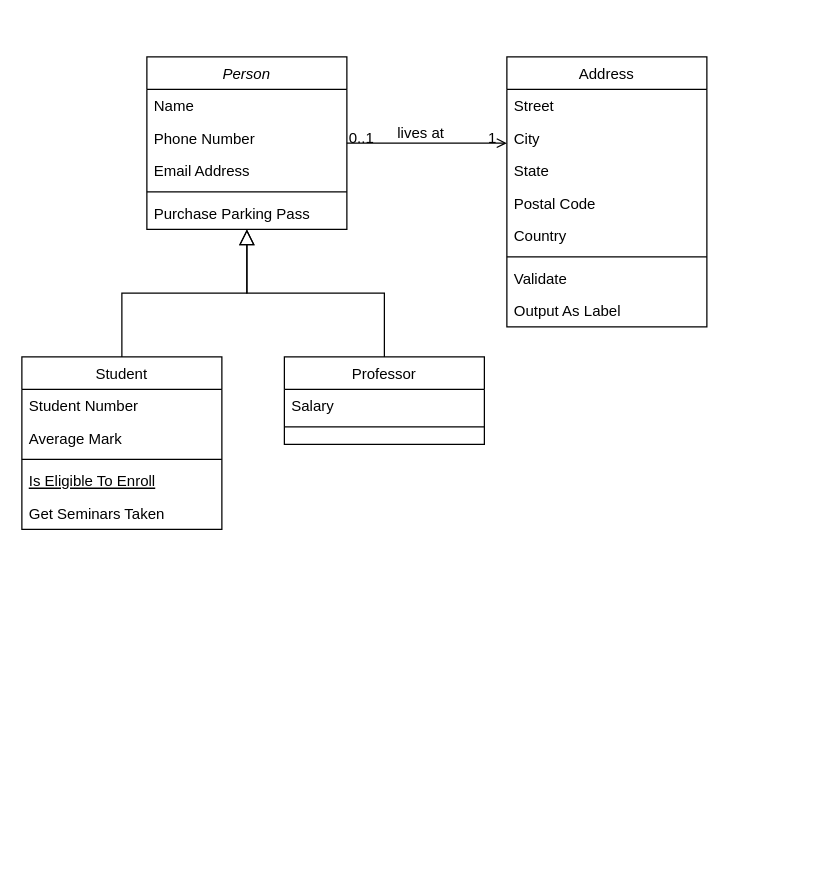
Before: Untitled Diagram.drawio in FSDapolito/Diagrams, a draw.io diagram. Source tidied: cells renumbered, new cells numbered last; positions are measured from the earlier drawing's top-left corner, leaving out a move shared by most shapes. Both pictures are drawn from the tidied source at 125%, with x=0, y=0 at pixel (21, 56).
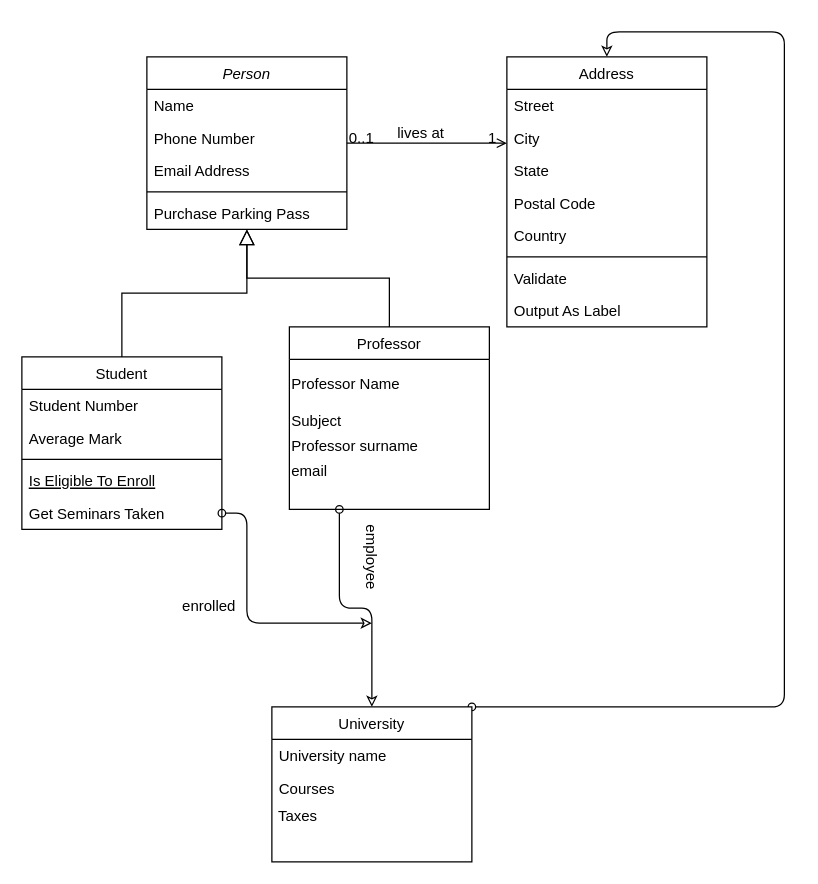
The same diagram, later.

Unchanged cells that the change refers to:
```xml
<mxCell id="13" value="Get Seminars Taken" style="text;align=left;verticalAlign=top;spacingLeft=4;spacingRight=4;overflow=hidden;points=[[0,0.5],[1,0.5]];portConstraint=eastwest;" parent="8" vertex="1">
  <mxGeometry y="112" width="160" height="26" as="geometry" />
</mxCell>
<mxCell id="19" value="Address" style="swimlane;fontStyle=0;align=center;verticalAlign=top;horizontal=1;startSize=26;rounded=0;shadow=0;strokeWidth=1;" parent="1" vertex="1">
  <mxGeometry x="388" width="160" height="216" as="geometry" />
</mxCell>
```

Change to the diagram source:
```diff
@@
+    <mxCell id="32" style="edgeStyle=orthogonalEdgeStyle;rounded=1;jettySize=auto;html=1;exitX=0.25;exitY=1;exitDx=0;exitDy=0;entryX=0.5;entryY=0;entryDx=0;entryDy=0;startArrow=oval;startFill=0;endArrow=classic;endFill=0;" parent="1" edge="1" source="15" target="38">
+      <mxGeometry relative="1" as="geometry" />
+    </mxCell>
     <mxCell id="15" value="Professor" style="swimlane;fontStyle=0;align=center;verticalAlign=top;horizontal=1;startSize=26;rounded=0;shadow=0;strokeWidth=1;" parent="1" vertex="1">
-      <mxGeometry x="210" y="240" width="160" height="70" as="geometry" />
+      <mxGeometry x="214" y="216" width="160" height="146" as="geometry" />
     </mxCell>
-    <mxCell id="16" value="Salary" style="text;align=left;verticalAlign=top;spacingLeft=4;spacingRight=4;overflow=hidden;" parent="15" vertex="1">
-      <mxGeometry y="26" width="160" height="26" as="geometry" />
-    </mxCell>
-    <mxCell id="17" style="line;html=1;strokeWidth=1;align=left;verticalAlign=middle;spacingTop=-1;spacingLeft=3;spacingRight=3;labelPosition=right;" parent="15" vertex="1">
-      <mxGeometry y="52" width="160" height="8" as="geometry" />
-    </mxCell>
+    <mxCell id="33" value="&lt;p style=&quot;line-height: 80%&quot;&gt;Professor Name&lt;/p&gt;" style="text;html=1;align=left;verticalAlign=middle;strokeColor=none;fillColor=none;" parent="15" vertex="1">
+      <mxGeometry y="26" width="160" height="40" as="geometry" />
+    </mxCell>
+    <mxCell id="34" value="Subject" style="text;html=1;strokeColor=none;fillColor=none;align=left;verticalAlign=middle;whiteSpace=wrap;rounded=0;" parent="15" vertex="1">
+      <mxGeometry y="66" width="160" height="20" as="geometry" />
+    </mxCell>
+    <mxCell id="35" value="Professor surname" style="text;html=1;strokeColor=none;fillColor=none;align=left;verticalAlign=middle;whiteSpace=wrap;rounded=0;" parent="15" vertex="1">
+      <mxGeometry y="86" width="160" height="20" as="geometry" />
+    </mxCell>
+    <mxCell id="36" value="email" style="text;html=1;strokeColor=none;fillColor=none;align=left;verticalAlign=middle;whiteSpace=wrap;rounded=0;" parent="15" vertex="1">
+      <mxGeometry y="106" width="160" height="20" as="geometry" />
+    </mxCell>
@@
+    <mxCell id="37" style="edgeStyle=orthogonalEdgeStyle;rounded=1;jettySize=auto;html=1;exitX=1;exitY=0;exitDx=0;exitDy=0;entryX=0.5;entryY=0;entryDx=0;entryDy=0;startArrow=oval;startFill=0;endArrow=classic;endFill=0;" parent="1" edge="1" source="38" target="19">
+      <mxGeometry relative="1" as="geometry">
+        <Array as="points">
+          <mxPoint x="610" y="520" />
+          <mxPoint x="610" y="-20" />
+          <mxPoint x="468" y="-20" />
+        </Array>
+      </mxGeometry>
+    </mxCell>
+    <mxCell id="38" value="University" style="swimlane;fontStyle=0;align=center;verticalAlign=top;horizontal=1;startSize=26;rounded=0;shadow=0;strokeWidth=1;" parent="1" vertex="1">
+      <mxGeometry x="200" y="520" width="160" height="124" as="geometry" />
+    </mxCell>
+    <mxCell id="39" value="University name" style="text;align=left;verticalAlign=top;spacingLeft=4;spacingRight=4;overflow=hidden;" parent="38" vertex="1">
+      <mxGeometry y="26" width="160" height="26" as="geometry" />
+    </mxCell>
+    <mxCell id="40" value="Courses" style="text;align=left;verticalAlign=top;spacingLeft=4;spacingRight=4;overflow=hidden;" parent="38" vertex="1">
+      <mxGeometry y="52" width="160" height="26" as="geometry" />
+    </mxCell>
+    <mxCell id="41" value="&amp;nbsp;Taxes" style="text;html=1;strokeColor=none;fillColor=none;align=left;verticalAlign=middle;whiteSpace=wrap;rounded=0;" parent="38" vertex="1">
+      <mxGeometry y="78" width="160" height="20" as="geometry" />
+    </mxCell>
+    <mxCell id="42" value="enrolled" style="text;html=1;strokeColor=none;fillColor=none;align=center;verticalAlign=middle;whiteSpace=wrap;rounded=0;" parent="1" vertex="1">
+      <mxGeometry x="130" y="430" width="40" height="20" as="geometry" />
+    </mxCell>
+    <mxCell id="43" value="employee" style="text;html=1;align=center;verticalAlign=middle;strokeColor=none;fillColor=none;rotation=90;" parent="1" vertex="1">
+      <mxGeometry x="245" y="390" width="70" height="20" as="geometry" />
+    </mxCell>
+    <mxCell id="44" style="edgeStyle=orthogonalEdgeStyle;rounded=1;jettySize=auto;html=1;exitX=1;exitY=0.5;exitDx=0;exitDy=0;startArrow=oval;startFill=0;endArrow=classic;endFill=0;" parent="1" edge="1" source="13">
+      <mxGeometry relative="1" as="geometry">
+        <mxPoint x="280" y="453" as="targetPoint" />
+        <Array as="points">
+          <mxPoint x="180" y="365" />
+          <mxPoint x="180" y="453" />
+        </Array>
+      </mxGeometry>
+    </mxCell>
```
